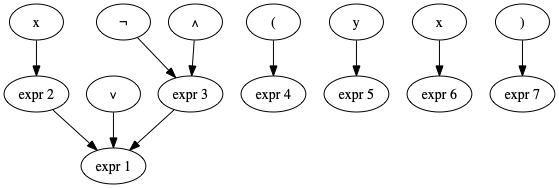
This is p1/Digraph.gv.png from jotagarciaz/representacion-del-conocimiento, a Graphviz export, as it was before one commit. Its source is kept beside it as p1/Digraph.gv.
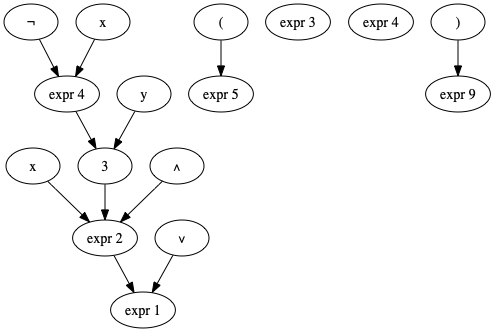
The same diagram one commit later.

Change to the diagram source:
```diff
@@ -3,25 +3,26 @@
 	2 [label="expr 2"]
 	"const 2" [label=x]
 	"const 2" -> 2
-	"or 3" [label="∨"]
-	"or 3" -> 1
-	3 [label="expr 3"]
-	"not 3" [label="¬"]
-	"not 3" -> 3
+	2 -> 1
+	"op 3" [label="∨"]
+	"op 3" -> 1
 	4 [label="expr 4"]
-	"lparen 4" [label="("]
-	"lparen 4" -> 4
+	"not 4" [label="¬"]
+	"not 4" -> 4
 	5 [label="expr 5"]
-	"const 5" [label=y]
-	"const 5" -> 5
-	"or 6" [label="∧"]
-	"or 6" -> 3
-	6 [label="expr 6"]
-	"const 6" [label=x]
-	"const 6" -> 6
-	7 [label="expr 7"]
-	"rparen 7" [label=")"]
-	"rparen 7" -> 7
-	2 -> 1
-	3 -> 1
+	"lparen 5" [label="("]
+	"lparen 5" -> 5
+	6 [label="expr 3"]
+	"const 6" [label=y]
+	"const 6" -> 3
+	3 -> 2
+	"op 7" [label="∧"]
+	"op 7" -> 2
+	8 [label="expr 4"]
+	"const 8" [label=x]
+	"const 8" -> 4
+	4 -> 3
+	9 [label="expr 9"]
+	"rparen 9" [label=")"]
+	"rparen 9" -> 9
 }
```
